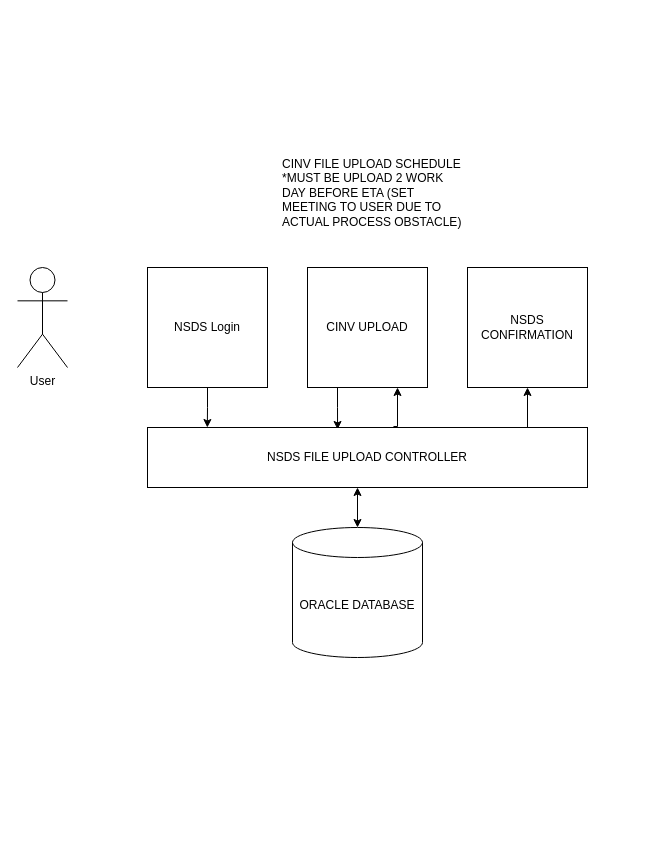
Before: Existing Upload Data Import_NSDS_CINV.drawio in 1000pilar/import-system-ii, a draw.io diagram. Source tidied: cells renumbered, new cells numbered last; positions are measured from the earlier drawing's top-left corner, leaving out a move shared by most shapes. Both pictures are drawn from the tidied source at 100%, with x=0, y=0 at pixel (17, 167).
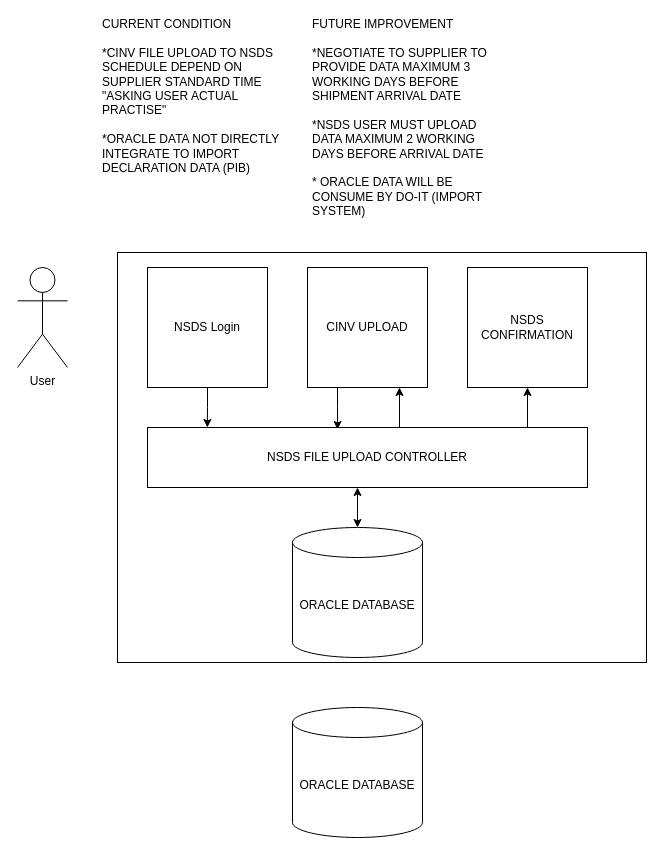
The same page after the edit.

Change to the diagram source:
```diff
@@
 <mxGraphModel>
   <root>
     <mxCell id="0" />
     <mxCell id="1" parent="0" />
+    <mxCell id="14" style="rounded=0;whiteSpace=wrap;html=1;align=left;" parent="1" vertex="1">
+      <mxGeometry x="100" y="85" width="529" height="410" as="geometry" />
+    </mxCell>
     <mxCell id="2" value="User" style="shape=umlActor;verticalLabelPosition=bottom;verticalAlign=top;html=1;" parent="1" vertex="1">
       <mxGeometry y="100" width="50" height="100" as="geometry" />
     </mxCell>
     <mxCell id="3" style="edgeStyle=orthogonalEdgeStyle;rounded=0;jettySize=auto;html=1;exitX=0.5;exitY=1;exitDx=0;exitDy=0;entryX=0.136;entryY=0;entryDx=0;entryDy=0;entryPerimeter=0;" parent="1" edge="1" source="4" target="9">
       <mxGeometry relative="1" as="geometry" />
     </mxCell>
     <mxCell id="4" value="NSDS Login" style="whiteSpace=wrap;html=1;" parent="1" vertex="1">
       <mxGeometry x="130" y="100" width="120" height="120" as="geometry" />
     </mxCell>
     <mxCell id="5" style="edgeStyle=orthogonalEdgeStyle;rounded=0;jettySize=auto;html=1;exitX=0.25;exitY=1;exitDx=0;exitDy=0;entryX=0.432;entryY=0.033;entryDx=0;entryDy=0;entryPerimeter=0;" parent="1" edge="1" source="6" target="9">
       <mxGeometry relative="1" as="geometry" />
     </mxCell>
     <mxCell id="6" value="CINV UPLOAD" style="whiteSpace=wrap;html=1;" parent="1" vertex="1">
       <mxGeometry x="290" y="100" width="120" height="120" as="geometry" />
     </mxCell>
     <mxCell id="7" value="NSDS CONFIRMATION" style="whiteSpace=wrap;html=1;" parent="1" vertex="1">
       <mxGeometry x="450" y="100" width="120" height="120" as="geometry" />
     </mxCell>
-    <mxCell id="8" style="edgeStyle=orthogonalEdgeStyle;rounded=0;jettySize=auto;html=1;exitX=0.559;exitY=-0.017;exitDx=0;exitDy=0;entryX=0.75;entryY=1;entryDx=0;entryDy=0;exitPerimeter=0;" parent="1" edge="1" source="9" target="6">
-      <mxGeometry relative="1" as="geometry">
-        <Array as="points">
-          <mxPoint x="380" y="259" />
-        </Array>
-      </mxGeometry>
-    </mxCell>
     <mxCell id="9" value="NSDS FILE UPLOAD CONTROLLER" style="rounded=0;whiteSpace=wrap;html=1;" parent="1" vertex="1">
       <mxGeometry x="130" y="260" width="440" height="60" as="geometry" />
     </mxCell>
     <mxCell id="10" value="ORACLE DATABASE" style="shape=cylinder3;whiteSpace=wrap;html=1;boundedLbl=1;backgroundOutline=1;size=15;" parent="1" vertex="1">
       <mxGeometry x="275" y="360" width="130" height="130" as="geometry" />
     </mxCell>
     <mxCell id="11" style="endArrow=classic;startArrow=classic;html=1;rounded=0;exitX=0.5;exitY=0;exitDx=0;exitDy=0;exitPerimeter=0;" parent="1" edge="1" source="10">
       <mxGeometry relative="1" as="geometry">
         <mxPoint x="340" y="320" as="targetPoint" />
       </mxGeometry>
     </mxCell>
     <mxCell id="12" style="endArrow=classic;html=1;rounded=0;entryX=0.5;entryY=1;entryDx=0;entryDy=0;" parent="1" edge="1" target="7">
       <mxGeometry relative="1" as="geometry">
         <mxPoint x="510" y="260" as="sourcePoint" />
       </mxGeometry>
     </mxCell>
-    <mxCell id="13" value="CINV FILE UPLOAD SCHEDULE *MUST BE UPLOAD 2 WORK DAY BEFORE ETA (SET MEETING TO USER DUE TO ACTUAL PROCESS OBSTACLE)" style="text;html=1;strokeColor=none;fillColor=none;spacing=5;spacingTop=-20;whiteSpace=wrap;overflow=hidden;rounded=0;" parent="1" vertex="1">
-      <mxGeometry x="260" width="190" height="80" as="geometry" />
+    <mxCell id="13" value="&lt;div&gt;CURRENT CONDITION&lt;/div&gt;&lt;div&gt;&lt;br&gt;&lt;/div&gt;&lt;div align=&quot;left&quot;&gt;*CINV FILE UPLOAD TO NSDS SCHEDULE DEPEND ON SUPPLIER STANDARD TIME &quot;ASKING USER ACTUAL PRACTISE&quot;&lt;br&gt;&lt;/div&gt;&lt;div align=&quot;left&quot;&gt;&lt;br&gt;&lt;/div&gt;&lt;div align=&quot;left&quot;&gt;*ORACLE DATA NOT DIRECTLY INTEGRATE TO IMPORT DECLARATION DATA (PIB)&lt;br&gt;&lt;/div&gt;&lt;div align=&quot;left&quot;&gt;&lt;br&gt;&lt;/div&gt;&lt;div align=&quot;left&quot;&gt;&lt;br&gt;&lt;/div&gt;" style="text;html=1;strokeColor=none;fillColor=none;spacing=5;spacingTop=-20;whiteSpace=wrap;overflow=hidden;rounded=0;align=left;" parent="1" vertex="1">
+      <mxGeometry x="80" y="-140" width="190" height="160" as="geometry" />
     </mxCell>
+    <mxCell id="15" style="endArrow=classic;html=1;rounded=0;" parent="1" edge="1">
+      <mxGeometry relative="1" as="geometry">
+        <mxPoint x="382" y="260" as="sourcePoint" />
+        <mxPoint x="382" y="220" as="targetPoint" />
+      </mxGeometry>
+    </mxCell>
+    <mxCell id="16" value="&lt;div&gt;FUTURE IMPROVEMENT&lt;br&gt;&lt;/div&gt;&lt;div&gt;&lt;br&gt;&lt;/div&gt;&lt;div align=&quot;left&quot;&gt;*NEGOTIATE TO SUPPLIER TO PROVIDE DATA MAXIMUM 3 WORKING DAYS BEFORE SHIPMENT ARRIVAL DATE&lt;br&gt;&lt;/div&gt;&lt;div align=&quot;left&quot;&gt;&lt;br&gt;&lt;/div&gt;&lt;div align=&quot;left&quot;&gt;*NSDS USER MUST UPLOAD DATA MAXIMUM 2 WORKING DAYS BEFORE ARRIVAL DATE&lt;/div&gt;&lt;div align=&quot;left&quot;&gt;&lt;br&gt;&lt;/div&gt;&lt;div align=&quot;left&quot;&gt;* ORACLE DATA WILL BE CONSUME BY DO-IT (IMPORT SYSTEM)&lt;br&gt;&lt;/div&gt;&lt;div align=&quot;left&quot;&gt;&lt;br&gt;&lt;/div&gt;&lt;div align=&quot;left&quot;&gt;&lt;br&gt;&lt;/div&gt;" style="text;html=1;strokeColor=none;fillColor=none;spacing=5;spacingTop=-20;whiteSpace=wrap;overflow=hidden;rounded=0;align=left;" parent="1" vertex="1">
+      <mxGeometry x="290" y="-140" width="190" height="200" as="geometry" />
+    </mxCell>
+    <mxCell id="17" value="ORACLE DATABASE" style="shape=cylinder3;whiteSpace=wrap;html=1;boundedLbl=1;backgroundOutline=1;size=15;" parent="1" vertex="1">
+      <mxGeometry x="275" y="540" width="130" height="130" as="geometry" />
+    </mxCell>
   </root>
 </mxGraphModel>
```
